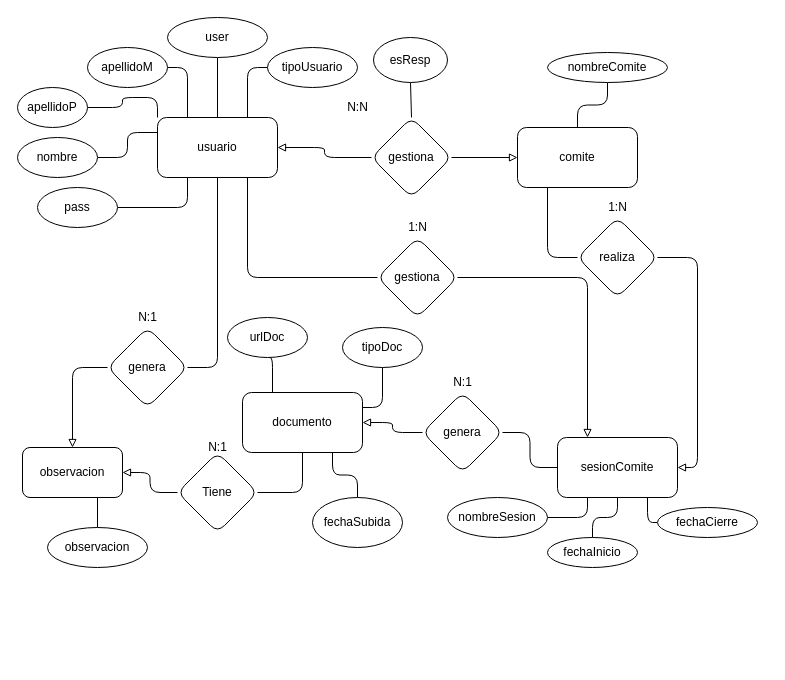
gabo2600/sesion keeps this draw.io diagram as doc/ER.drawio. Above is the earlier version. Source tidied: cells renumbered, new cells numbered last; positions are measured from the earlier drawing's top-left corner, leaving out a move shared by most shapes. Both pictures are drawn from the tidied source at 100%, with x=0, y=0 at pixel (17, 17).
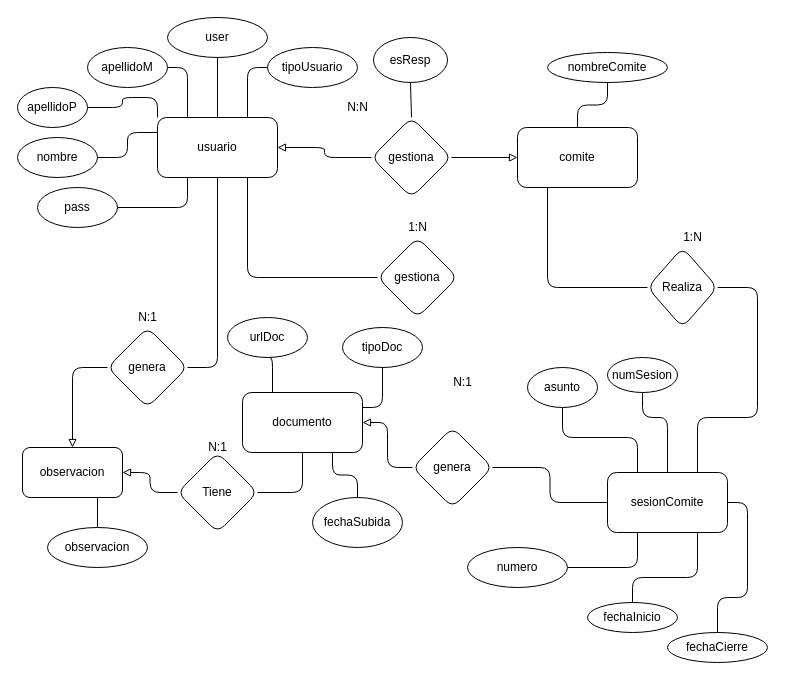
After the change.

The change refers to these unchanged cells:
```xml
<mxCell id="37" value="gestiona" style="rhombus;whiteSpace=wrap;html=1;rounded=1;" parent="1" vertex="1">
  <mxGeometry x="360" y="220" width="80" height="80" as="geometry" />
</mxCell>
```

Change to the diagram source:
```diff
@@
-    <mxCell id="8" style="edgeStyle=orthogonalEdgeStyle;rounded=1;jettySize=auto;html=1;exitX=0.5;exitY=1;exitDx=0;exitDy=0;entryX=0.5;entryY=0;entryDx=0;entryDy=0;endArrow=none;endFill=0;" parent="1" edge="1" source="11" target="19">
-      <mxGeometry relative="1" as="geometry" />
-    </mxCell>
-    <mxCell id="9" style="edgeStyle=orthogonalEdgeStyle;rounded=1;jettySize=auto;html=1;exitX=0.25;exitY=0;exitDx=0;exitDy=0;entryX=1;entryY=0.5;entryDx=0;entryDy=0;startArrow=block;startFill=0;endArrow=none;endFill=0;" parent="1" edge="1" source="11" target="37">
-      <mxGeometry relative="1" as="geometry" />
-    </mxCell>
@@
     <mxCell id="11" value="sesionComite" style="whiteSpace=wrap;html=1;rounded=1;" parent="1" vertex="1">
-      <mxGeometry x="540" y="420" width="120" height="60" as="geometry" />
+      <mxGeometry x="590" y="455" width="120" height="60" as="geometry" />
     </mxCell>
@@
-    <mxCell id="19" value="fechaInicio" style="ellipse;whiteSpace=wrap;html=1;rounded=1;" parent="1" vertex="1">
-      <mxGeometry x="530" y="520" width="90" height="30" as="geometry" />
-    </mxCell>
-    <mxCell id="20" style="edgeStyle=orthogonalEdgeStyle;rounded=1;jettySize=auto;html=1;exitX=0;exitY=0.5;exitDx=0;exitDy=0;entryX=0.75;entryY=1;entryDx=0;entryDy=0;endArrow=none;endFill=0;" parent="1" edge="1" source="21" target="11">
-      <mxGeometry relative="1" as="geometry" />
-    </mxCell>
-    <mxCell id="21" value="fechaCierre" style="ellipse;whiteSpace=wrap;html=1;rounded=1;" parent="1" vertex="1">
-      <mxGeometry x="640" y="490" width="100" height="30" as="geometry" />
-    </mxCell>
@@
-    <mxCell id="29" style="edgeStyle=orthogonalEdgeStyle;rounded=1;jettySize=auto;html=1;exitX=1;exitY=0.5;exitDx=0;exitDy=0;entryX=1;entryY=0.5;entryDx=0;entryDy=0;startArrow=none;startFill=0;endArrow=block;endFill=0;" parent="1" edge="1" source="30" target="11">
-      <mxGeometry relative="1" as="geometry" />
+    <mxCell id="29" style="edgeStyle=none;html=1;exitX=1;exitY=0.5;exitDx=0;exitDy=0;entryX=0.75;entryY=0;entryDx=0;entryDy=0;endArrow=none;endFill=0;" parent="1" edge="1" source="30" target="11">
+      <mxGeometry relative="1" as="geometry">
+        <Array as="points">
+          <mxPoint x="740" y="270" />
+          <mxPoint x="740" y="400" />
+          <mxPoint x="680" y="400" />
+        </Array>
+      </mxGeometry>
     </mxCell>
-    <mxCell id="30" value="realiza" style="rhombus;whiteSpace=wrap;html=1;rounded=1;" parent="1" vertex="1">
-      <mxGeometry x="560" y="200" width="80" height="80" as="geometry" />
+    <mxCell id="30" value="Realiza" style="rhombus;whiteSpace=wrap;html=1;rounded=1;" parent="1" vertex="1">
+      <mxGeometry x="630" y="230" width="70" height="80" as="geometry" />
     </mxCell>
@@
     <mxCell id="32" value="genera" style="rhombus;whiteSpace=wrap;html=1;rounded=1;" parent="1" vertex="1">
-      <mxGeometry x="405" y="375" width="80" height="80" as="geometry" />
+      <mxGeometry x="395" y="410" width="80" height="80" as="geometry" />
     </mxCell>
@@
     <mxCell id="34" value="1:N" style="text;html=1;align=center;verticalAlign=middle;strokeColor=none;fillColor=none;rounded=1;" parent="1" vertex="1">
-      <mxGeometry x="585" y="180" width="30" height="20" as="geometry" />
+      <mxGeometry x="660" y="210" width="30" height="20" as="geometry" />
     </mxCell>
@@
-    <mxCell id="46" value="nombreSesion" style="ellipse;whiteSpace=wrap;html=1;rounded=1;" parent="1" vertex="1">
-      <mxGeometry x="430" y="480" width="100" height="40" as="geometry" />
+    <mxCell id="46" value="numero" style="ellipse;whiteSpace=wrap;html=1;rounded=1;" parent="1" vertex="1">
+      <mxGeometry x="450" y="530" width="100" height="40" as="geometry" />
     </mxCell>
@@
+    <mxCell id="61" style="edgeStyle=none;html=1;exitX=0.5;exitY=1;exitDx=0;exitDy=0;entryX=0.5;entryY=0;entryDx=0;entryDy=0;endArrow=none;endFill=0;" parent="1" edge="1" source="62" target="11">
+      <mxGeometry relative="1" as="geometry">
+        <Array as="points">
+          <mxPoint x="625" y="400" />
+          <mxPoint x="650" y="400" />
+        </Array>
+      </mxGeometry>
+    </mxCell>
+    <mxCell id="62" value="numSesion" style="ellipse;whiteSpace=wrap;html=1;" parent="1" vertex="1">
+      <mxGeometry x="590" y="340" width="70" height="35" as="geometry" />
+    </mxCell>
+    <mxCell id="20" style="edgeStyle=none;html=1;exitX=0.5;exitY=0;exitDx=0;exitDy=0;entryX=1;entryY=0.5;entryDx=0;entryDy=0;endArrow=none;endFill=0;" parent="1" edge="1" source="21" target="11">
+      <mxGeometry relative="1" as="geometry">
+        <Array as="points">
+          <mxPoint x="700" y="580" />
+          <mxPoint x="730" y="580" />
+          <mxPoint x="730" y="485" />
+        </Array>
+      </mxGeometry>
+    </mxCell>
+    <mxCell id="21" value="fechaCierre" style="ellipse;whiteSpace=wrap;html=1;rounded=1;" parent="1" vertex="1">
+      <mxGeometry x="650" y="615" width="100" height="30" as="geometry" />
+    </mxCell>
+    <mxCell id="63" style="edgeStyle=none;html=1;exitX=0.5;exitY=0;exitDx=0;exitDy=0;entryX=0.75;entryY=1;entryDx=0;entryDy=0;endArrow=none;endFill=0;" parent="1" edge="1" source="19" target="11">
+      <mxGeometry relative="1" as="geometry">
+        <Array as="points">
+          <mxPoint x="615" y="560" />
+          <mxPoint x="680" y="560" />
+        </Array>
+      </mxGeometry>
+    </mxCell>
+    <mxCell id="19" value="fechaInicio" style="ellipse;whiteSpace=wrap;html=1;rounded=1;" parent="1" vertex="1">
+      <mxGeometry x="570" y="585" width="90" height="30" as="geometry" />
+    </mxCell>
+    <mxCell id="64" style="edgeStyle=none;html=1;exitX=0.5;exitY=1;exitDx=0;exitDy=0;entryX=0.25;entryY=0;entryDx=0;entryDy=0;endArrow=none;endFill=0;" parent="1" edge="1" source="65" target="11">
+      <mxGeometry relative="1" as="geometry">
+        <Array as="points">
+          <mxPoint x="545" y="420" />
+          <mxPoint x="620" y="420" />
+        </Array>
+      </mxGeometry>
+    </mxCell>
+    <mxCell id="65" value="asunto" style="ellipse;whiteSpace=wrap;html=1;" parent="1" vertex="1">
+      <mxGeometry x="510" y="350" width="70" height="40" as="geometry" />
+    </mxCell>
```
